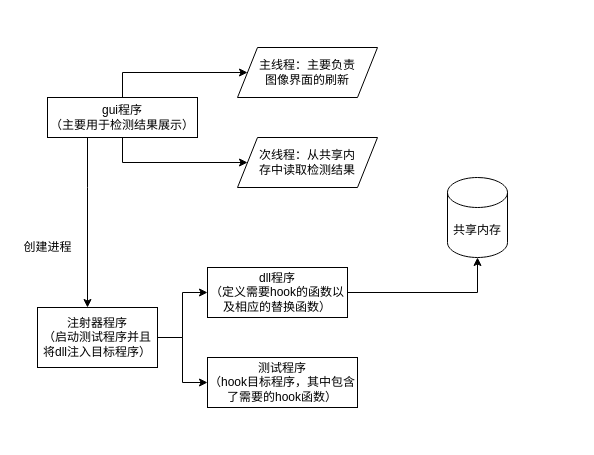
Above: 软件安全课设/软件安全课程设计.drawio in AgentGuo/flow_chart (draw.io), before the change. Source tidied: cells renumbered, new cells numbered last; positions are measured from the earlier drawing's top-left corner, leaving out a move shared by most shapes. Both pictures are drawn from the tidied source at 100%, with x=0, y=0 at pixel (17, 47).
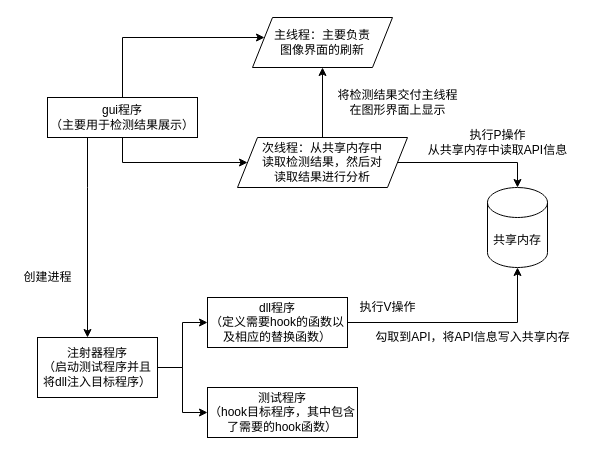
After the change.

Commit message (it also covers changes not shown here):
Update 软件安全课程设计.drawio

Unchanged cells that the change refers to:
```xml
<mxCell id="11" value="gui程序&lt;br&gt;（主要用于检测结果展示）" style="whiteSpace=wrap;html=1;" parent="1" vertex="1">
  <mxGeometry x="30" y="50" width="150" height="40" as="geometry" />
</mxCell>
```

The edit, as a diff of the source:
```diff
@@
     <mxCell id="3" value="dll程序&lt;br&gt;（定义需要hook的函数以及相应的替换函数）" style="rounded=0;whiteSpace=wrap;html=1;" parent="1" vertex="1">
-      <mxGeometry x="190" y="220" width="140" height="50" as="geometry" />
+      <mxGeometry x="190" y="250" width="140" height="50" as="geometry" />
     </mxCell>
@@
     <mxCell id="6" value="注射器程序&lt;br&gt;（启动测试程序并且将dll注入目标程序）" style="whiteSpace=wrap;html=1;" parent="1" vertex="1">
-      <mxGeometry x="20" y="260" width="120" height="60" as="geometry" />
+      <mxGeometry x="20" y="290" width="120" height="60" as="geometry" />
     </mxCell>
     <mxCell id="7" value="测试程序&lt;br&gt;（hook目标程序，其中包含了需要的hook函数）" style="whiteSpace=wrap;html=1;" parent="1" vertex="1">
-      <mxGeometry x="190" y="310" width="150" height="50" as="geometry" />
+      <mxGeometry x="190" y="340" width="150" height="50" as="geometry" />
     </mxCell>
     <mxCell id="8" style="edgeStyle=orthogonalEdgeStyle;rounded=0;jettySize=auto;html=1;" parent="1" edge="1" source="11" target="12">
       <mxGeometry relative="1" as="geometry">
         <Array as="points">
-          <mxPoint x="105" y="25" />
+          <mxPoint x="105" y="-10" />
         </Array>
       </mxGeometry>
     </mxCell>
@@
     <mxCell id="12" value="&lt;span&gt;主线程：主要负责&lt;br&gt;图像界面的刷新&lt;/span&gt;" style="shape=parallelogram;perimeter=parallelogramPerimeter;whiteSpace=wrap;html=1;fixedSize=1;" parent="1" vertex="1">
-      <mxGeometry x="220" width="140" height="50" as="geometry" />
+      <mxGeometry x="235" y="-30" width="140" height="50" as="geometry" />
     </mxCell>
+    <mxCell id="16" style="edgeStyle=orthogonalEdgeStyle;rounded=0;jettySize=auto;html=1;entryX=0.5;entryY=0;entryDx=0;entryDy=0;entryPerimeter=0;" parent="1" edge="1" source="13" target="14">
+      <mxGeometry relative="1" as="geometry" />
+    </mxCell>
+    <mxCell id="17" style="edgeStyle=orthogonalEdgeStyle;rounded=0;jettySize=auto;html=1;" parent="1" edge="1" source="13" target="12">
+      <mxGeometry relative="1" as="geometry" />
+    </mxCell>
-    <mxCell id="13" value="&lt;span&gt;次线程：从共享内&lt;br&gt;存中读取检测结果&lt;/span&gt;" style="shape=parallelogram;perimeter=parallelogramPerimeter;whiteSpace=wrap;html=1;fixedSize=1;" parent="1" vertex="1">
-      <mxGeometry x="220" y="90" width="140" height="50" as="geometry" />
+    <mxCell id="13" value="&lt;span&gt;次线程：从共享内存中&lt;br&gt;读取检测结果，然后对&lt;br&gt;读取结果进行分析&lt;/span&gt;" style="shape=parallelogram;perimeter=parallelogramPerimeter;whiteSpace=wrap;html=1;fixedSize=1;" parent="1" vertex="1">
+      <mxGeometry x="220" y="90" width="170" height="50" as="geometry" />
     </mxCell>
     <mxCell id="14" value="共享内存" style="shape=cylinder3;whiteSpace=wrap;html=1;boundedLbl=1;backgroundOutline=1;size=15;" parent="1" vertex="1">
-      <mxGeometry x="430" y="130" width="60" height="80" as="geometry" />
+      <mxGeometry x="470" y="140" width="60" height="80" as="geometry" />
     </mxCell>
     <mxCell id="15" value="创建进程" style="text;html=1;align=center;verticalAlign=middle;" parent="1" vertex="1">
-      <mxGeometry y="190" width="60" height="20" as="geometry" />
+      <mxGeometry y="220" width="60" height="20" as="geometry" />
     </mxCell>
+    <mxCell id="18" value="勾取到API，将API信息写入共享内存" style="text;html=1;align=center;verticalAlign=middle;" parent="1" vertex="1">
+      <mxGeometry x="350" y="280" width="210" height="20" as="geometry" />
+    </mxCell>
+    <mxCell id="19" value="执行V操作" style="text;html=1;align=center;verticalAlign=middle;" parent="1" vertex="1">
+      <mxGeometry x="335" y="250" width="70" height="20" as="geometry" />
+    </mxCell>
+    <mxCell id="20" value="执行P操作&lt;br&gt;从共享内存中读取API信息" style="text;html=1;align=center;verticalAlign=middle;" parent="1" vertex="1">
+      <mxGeometry x="405" y="80" width="150" height="30" as="geometry" />
+    </mxCell>
+    <mxCell id="21" value="将检测结果交付主线程&lt;br&gt;在图形界面上显示" style="text;html=1;align=center;verticalAlign=middle;" parent="1" vertex="1">
+      <mxGeometry x="310" y="40" width="140" height="30" as="geometry" />
+    </mxCell>
```
